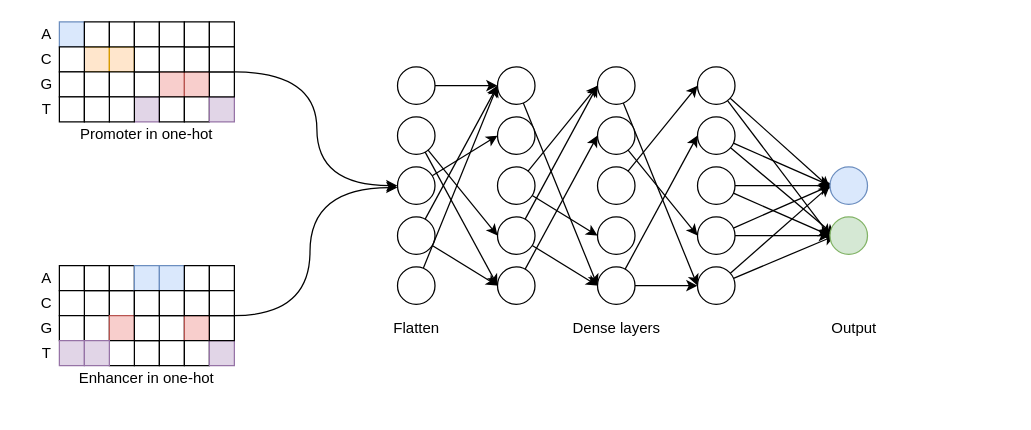
The draw.io diagram onehot_dense.drawio in NaiveTom/draw.io, before the edit. Source tidied: cells renumbered, new cells numbered last; positions are measured from the earlier drawing's top-left corner, leaving out a move shared by most shapes. Both pictures are drawn from the tidied source at 125%, with x=0, y=0 at pixel (21, 21).
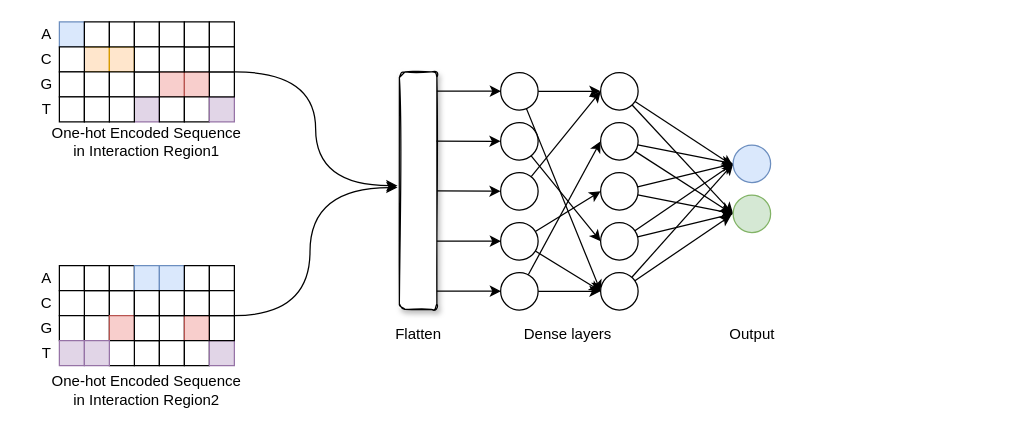
Above is the later version.

Change to the diagram source:
```diff
@@
-    <mxCell id="2" value="&lt;div&gt;Promoter in one-hot&lt;/div&gt;" style="text;html=1;strokeColor=none;fillColor=none;align=center;verticalAlign=middle;whiteSpace=wrap;rounded=0;" parent="1" vertex="1">
-      <mxGeometry x="20" y="80" width="160" height="20" as="geometry" />
-    </mxCell>
@@
-    <mxCell id="36" value="&lt;div&gt;Enhancer in one-hot&lt;/div&gt;" style="text;html=1;strokeColor=none;fillColor=none;align=center;verticalAlign=middle;whiteSpace=wrap;rounded=0;" parent="1" vertex="1">
-      <mxGeometry x="20" y="275" width="160" height="20" as="geometry" />
-    </mxCell>
@@
-    <mxCell id="70" style="edgeStyle=none;rounded=0;jettySize=auto;html=1;entryX=0;entryY=0.5;entryDx=0;entryDy=0;" parent="1" edge="1" source="71" target="83">
-      <mxGeometry relative="1" as="geometry" />
-    </mxCell>
-    <mxCell id="71" style="ellipse;whiteSpace=wrap;html=1;" parent="1" vertex="1">
-      <mxGeometry x="300.5" y="36" width="30" height="30" as="geometry" />
-    </mxCell>
-    <mxCell id="72" style="edgeStyle=none;rounded=1;jumpSize=20;jettySize=auto;html=1;entryX=0;entryY=0.5;entryDx=0;entryDy=0;strokeWidth=1;" parent="1" edge="1" source="74" target="92">
-      <mxGeometry relative="1" as="geometry" />
-    </mxCell>
-    <mxCell id="73" style="edgeStyle=none;rounded=1;jumpSize=20;jettySize=auto;html=1;entryX=0;entryY=0.5;entryDx=0;entryDy=0;strokeWidth=1;" parent="1" edge="1" source="74" target="90">
-      <mxGeometry relative="1" as="geometry" />
-    </mxCell>
-    <mxCell id="74" style="ellipse;whiteSpace=wrap;html=1;" parent="1" vertex="1">
-      <mxGeometry x="300.5" y="76" width="30" height="30" as="geometry" />
-    </mxCell>
-    <mxCell id="75" style="rounded=1;jumpSize=20;jettySize=auto;html=1;entryX=0;entryY=0.5;entryDx=0;entryDy=0;strokeWidth=1;" parent="1" edge="1" source="76" target="84">
-      <mxGeometry relative="1" as="geometry" />
-    </mxCell>
-    <mxCell id="76" style="ellipse;whiteSpace=wrap;html=1;" parent="1" vertex="1">
-      <mxGeometry x="300.5" y="116" width="30" height="30" as="geometry" />
-    </mxCell>
-    <mxCell id="77" style="rounded=1;jumpSize=20;jettySize=auto;html=1;entryX=0;entryY=0.5;entryDx=0;entryDy=0;strokeWidth=1;" parent="1" edge="1" source="79" target="83">
-      <mxGeometry relative="1" as="geometry" />
-    </mxCell>
-    <mxCell id="78" style="edgeStyle=none;rounded=1;jumpSize=20;jettySize=auto;html=1;entryX=0;entryY=0.5;entryDx=0;entryDy=0;strokeWidth=1;" parent="1" edge="1" source="79" target="92">
-      <mxGeometry relative="1" as="geometry" />
-    </mxCell>
-    <mxCell id="79" style="ellipse;whiteSpace=wrap;html=1;" parent="1" vertex="1">
-      <mxGeometry x="300.5" y="156" width="30" height="30" as="geometry" />
-    </mxCell>
-    <mxCell id="80" style="edgeStyle=none;rounded=1;jumpSize=20;jettySize=auto;html=1;entryX=0;entryY=0.5;entryDx=0;entryDy=0;strokeWidth=1;" parent="1" edge="1" source="81" target="83">
-      <mxGeometry relative="1" as="geometry" />
-    </mxCell>
-    <mxCell id="81" style="ellipse;whiteSpace=wrap;html=1;" parent="1" vertex="1">
-      <mxGeometry x="300.5" y="196" width="30" height="30" as="geometry" />
-    </mxCell>
-    <mxCell id="82" style="edgeStyle=none;rounded=1;jumpSize=20;jettySize=auto;html=1;entryX=0;entryY=0.5;entryDx=0;entryDy=0;strokeWidth=1;" parent="1" edge="1" source="83" target="104">
-      <mxGeometry relative="1" as="geometry" />
-    </mxCell>
-    <mxCell id="83" style="ellipse;whiteSpace=wrap;html=1;" parent="1" vertex="1">
-      <mxGeometry x="380.5" y="36" width="30" height="30" as="geometry" />
-    </mxCell>
-    <mxCell id="84" style="ellipse;whiteSpace=wrap;html=1;" parent="1" vertex="1">
-      <mxGeometry x="380.5" y="76" width="30" height="30" as="geometry" />
-    </mxCell>
-    <mxCell id="85" style="edgeStyle=none;rounded=1;jumpSize=20;jettySize=auto;html=1;entryX=0;entryY=0.5;entryDx=0;entryDy=0;strokeWidth=1;" parent="1" edge="1" source="87" target="101">
-      <mxGeometry relative="1" as="geometry" />
-    </mxCell>
-    <mxCell id="86" style="edgeStyle=none;rounded=1;jumpSize=20;jettySize=auto;html=1;entryX=0;entryY=0.5;entryDx=0;entryDy=0;strokeWidth=1;" parent="1" edge="1" source="87" target="96">
-      <mxGeometry relative="1" as="geometry" />
-    </mxCell>
-    <mxCell id="87" style="ellipse;whiteSpace=wrap;html=1;" parent="1" vertex="1">
-      <mxGeometry x="380.5" y="116" width="30" height="30" as="geometry" />
-    </mxCell>
-    <mxCell id="88" style="edgeStyle=none;rounded=1;jumpSize=20;jettySize=auto;html=1;entryX=0;entryY=0.5;entryDx=0;entryDy=0;strokeWidth=1;" parent="1" edge="1" source="90" target="96">
-      <mxGeometry relative="1" as="geometry" />
-    </mxCell>
-    <mxCell id="89" style="edgeStyle=none;rounded=1;jumpSize=20;jettySize=auto;html=1;entryX=0;entryY=0.5;entryDx=0;entryDy=0;strokeWidth=1;" parent="1" edge="1" source="90" target="104">
-      <mxGeometry relative="1" as="geometry" />
-    </mxCell>
-    <mxCell id="90" style="ellipse;whiteSpace=wrap;html=1;" parent="1" vertex="1">
-      <mxGeometry x="380.5" y="156" width="30" height="30" as="geometry" />
-    </mxCell>
-    <mxCell id="91" style="edgeStyle=none;rounded=1;jumpSize=20;jettySize=auto;html=1;entryX=0;entryY=0.5;entryDx=0;entryDy=0;strokeWidth=1;" parent="1" edge="1" source="92" target="98">
-      <mxGeometry relative="1" as="geometry" />
-    </mxCell>
-    <mxCell id="92" style="ellipse;whiteSpace=wrap;html=1;" parent="1" vertex="1">
-      <mxGeometry x="380.5" y="196" width="30" height="30" as="geometry" />
-    </mxCell>
+    <mxCell id="123" style="edgeStyle=orthogonalEdgeStyle;curved=1;rounded=0;orthogonalLoop=1;jettySize=auto;html=1;entryX=0;entryY=0.5;entryDx=0;entryDy=0;" parent="1" edge="1">
+      <mxGeometry relative="1" as="geometry">
+        <mxPoint x="170.5" y="40" as="sourcePoint" />
+        <mxPoint x="300.5" y="131" as="targetPoint" />
+        <Array as="points">
+          <mxPoint x="235" y="40" />
+          <mxPoint x="235" y="131" />
+        </Array>
+      </mxGeometry>
+    </mxCell>
+    <mxCell id="124" style="edgeStyle=orthogonalEdgeStyle;curved=1;rounded=0;orthogonalLoop=1;jettySize=auto;html=1;" parent="1" edge="1">
+      <mxGeometry relative="1" as="geometry">
+        <mxPoint x="169.5" y="235" as="sourcePoint" />
+        <mxPoint x="300.5" y="132.5" as="targetPoint" />
+        <Array as="points">
+          <mxPoint x="230.5" y="235.5" />
+          <mxPoint x="230.5" y="132.5" />
+        </Array>
+      </mxGeometry>
+    </mxCell>
+    <mxCell id="125" value="One-hot Encoded Sequence in Interaction Region1" style="text;html=1;strokeColor=none;fillColor=none;align=center;verticalAlign=middle;whiteSpace=wrap;rounded=0;" parent="1" vertex="1">
+      <mxGeometry x="20" y="86" width="160" height="20" as="geometry" />
+    </mxCell>
+    <mxCell id="126" value="&lt;div&gt;One-hot Encoded Sequence in Interaction Region2&lt;/div&gt;" style="text;html=1;strokeColor=none;fillColor=none;align=center;verticalAlign=middle;whiteSpace=wrap;rounded=0;" parent="1" vertex="1">
+      <mxGeometry x="20" y="285" width="160" height="20" as="geometry" />
+    </mxCell>
     <mxCell id="93" value="Dense layers" style="text;html=1;strokeColor=none;fillColor=none;align=center;verticalAlign=middle;whiteSpace=wrap;rounded=0;" parent="1" vertex="1">
-      <mxGeometry x="350.5" y="235" width="250" height="20" as="geometry" />
+      <mxGeometry x="392" y="239.5" width="90" height="20" as="geometry" />
     </mxCell>
     <mxCell id="94" value="Flatten" style="text;html=1;strokeColor=none;fillColor=none;align=center;verticalAlign=middle;whiteSpace=wrap;rounded=0;" parent="1" vertex="1">
-      <mxGeometry x="190.5" y="235" width="250" height="20" as="geometry" />
+      <mxGeometry x="306.5" y="239.5" width="21" height="20" as="geometry" />
     </mxCell>
-    <mxCell id="95" style="edgeStyle=none;rounded=1;jumpSize=20;jettySize=auto;html=1;entryX=0;entryY=0.5;entryDx=0;entryDy=0;strokeWidth=1;" parent="1" edge="1" source="96" target="119">
-      <mxGeometry relative="1" as="geometry" />
-    </mxCell>
-    <mxCell id="96" style="ellipse;whiteSpace=wrap;html=1;" parent="1" vertex="1">
-      <mxGeometry x="460.5" y="36" width="30" height="30" as="geometry" />
-    </mxCell>
-    <mxCell id="97" style="edgeStyle=none;rounded=1;jumpSize=20;jettySize=auto;html=1;entryX=0;entryY=0.5;entryDx=0;entryDy=0;strokeWidth=1;" parent="1" edge="1" source="98" target="116">
-      <mxGeometry relative="1" as="geometry" />
-    </mxCell>
-    <mxCell id="98" style="ellipse;whiteSpace=wrap;html=1;" parent="1" vertex="1">
-      <mxGeometry x="460.5" y="76" width="30" height="30" as="geometry" />
-    </mxCell>
-    <mxCell id="99" style="edgeStyle=none;rounded=1;jumpSize=20;jettySize=auto;html=1;entryX=0;entryY=0.5;entryDx=0;entryDy=0;strokeWidth=1;" parent="1" edge="1" source="100" target="107">
-      <mxGeometry relative="1" as="geometry" />
-    </mxCell>
-    <mxCell id="100" style="ellipse;whiteSpace=wrap;html=1;" parent="1" vertex="1">
-      <mxGeometry x="460.5" y="116" width="30" height="30" as="geometry" />
-    </mxCell>
-    <mxCell id="101" style="ellipse;whiteSpace=wrap;html=1;" parent="1" vertex="1">
-      <mxGeometry x="460.5" y="156" width="30" height="30" as="geometry" />
-    </mxCell>
-    <mxCell id="102" style="edgeStyle=none;rounded=1;jumpSize=20;jettySize=auto;html=1;entryX=0;entryY=0.5;entryDx=0;entryDy=0;strokeWidth=1;" parent="1" edge="1" source="104" target="110">
-      <mxGeometry relative="1" as="geometry" />
-    </mxCell>
-    <mxCell id="103" style="edgeStyle=none;rounded=1;jumpSize=20;jettySize=auto;html=1;entryX=0;entryY=0.5;entryDx=0;entryDy=0;strokeWidth=1;" parent="1" edge="1" source="104" target="119">
-      <mxGeometry relative="1" as="geometry" />
-    </mxCell>
-    <mxCell id="104" style="ellipse;whiteSpace=wrap;html=1;" parent="1" vertex="1">
-      <mxGeometry x="460.5" y="196" width="30" height="30" as="geometry" />
-    </mxCell>
-    <mxCell id="105" style="edgeStyle=none;rounded=1;jumpSize=20;jettySize=auto;html=1;entryX=0;entryY=0.5;entryDx=0;entryDy=0;strokeWidth=1;" parent="1" edge="1" source="107" target="122">
-      <mxGeometry relative="1" as="geometry" />
-    </mxCell>
-    <mxCell id="106" style="edgeStyle=none;rounded=1;jumpSize=20;jettySize=auto;html=1;strokeWidth=1;entryX=-0.001;entryY=0.557;entryDx=0;entryDy=0;entryPerimeter=0;" parent="1" edge="1" source="107" target="121">
-      <mxGeometry relative="1" as="geometry" />
-    </mxCell>
-    <mxCell id="107" style="ellipse;whiteSpace=wrap;html=1;" parent="1" vertex="1">
-      <mxGeometry x="540.5" y="36" width="30" height="30" as="geometry" />
-    </mxCell>
-    <mxCell id="108" style="edgeStyle=none;rounded=1;jumpSize=20;jettySize=auto;html=1;entryX=0;entryY=0.5;entryDx=0;entryDy=0;strokeWidth=1;" parent="1" edge="1" source="110" target="121">
-      <mxGeometry relative="1" as="geometry" />
-    </mxCell>
-    <mxCell id="109" style="edgeStyle=none;rounded=1;jumpSize=20;jettySize=auto;html=1;strokeWidth=1;" parent="1" edge="1" source="110">
-      <mxGeometry relative="1" as="geometry">
-        <mxPoint x="650.5" y="171" as="targetPoint" />
-      </mxGeometry>
-    </mxCell>
-    <mxCell id="110" style="ellipse;whiteSpace=wrap;html=1;" parent="1" vertex="1">
-      <mxGeometry x="540.5" y="76" width="30" height="30" as="geometry" />
-    </mxCell>
-    <mxCell id="111" style="edgeStyle=none;rounded=1;jumpSize=20;jettySize=auto;html=1;entryX=0;entryY=0.5;entryDx=0;entryDy=0;strokeWidth=1;" parent="1" edge="1" source="113" target="122">
-      <mxGeometry relative="1" as="geometry" />
-    </mxCell>
-    <mxCell id="112" style="edgeStyle=none;rounded=1;jumpSize=20;jettySize=auto;html=1;strokeWidth=1;" parent="1" edge="1" source="113">
-      <mxGeometry relative="1" as="geometry">
-        <mxPoint x="650.5" y="131" as="targetPoint" />
-      </mxGeometry>
-    </mxCell>
-    <mxCell id="113" style="ellipse;whiteSpace=wrap;html=1;" parent="1" vertex="1">
-      <mxGeometry x="540.5" y="116" width="30" height="30" as="geometry" />
-    </mxCell>
-    <mxCell id="114" style="edgeStyle=none;rounded=1;jumpSize=20;jettySize=auto;html=1;entryX=0;entryY=0.5;entryDx=0;entryDy=0;strokeWidth=1;" parent="1" edge="1" source="116" target="121">
-      <mxGeometry relative="1" as="geometry" />
-    </mxCell>
-    <mxCell id="115" style="edgeStyle=none;rounded=1;jumpSize=20;jettySize=auto;html=1;strokeWidth=1;entryX=0;entryY=0.5;entryDx=0;entryDy=0;" parent="1" edge="1" source="116" target="122">
-      <mxGeometry relative="1" as="geometry" />
-    </mxCell>
-    <mxCell id="116" style="ellipse;whiteSpace=wrap;html=1;" parent="1" vertex="1">
-      <mxGeometry x="540.5" y="156" width="30" height="30" as="geometry" />
-    </mxCell>
-    <mxCell id="117" style="edgeStyle=none;rounded=1;jumpSize=20;jettySize=auto;html=1;strokeWidth=1;" parent="1" edge="1" source="119">
-      <mxGeometry relative="1" as="geometry">
-        <mxPoint x="650.5" y="171" as="targetPoint" />
-      </mxGeometry>
-    </mxCell>
-    <mxCell id="118" style="edgeStyle=none;rounded=1;jumpSize=20;jettySize=auto;html=1;strokeWidth=1;entryX=0;entryY=0.5;entryDx=0;entryDy=0;" parent="1" edge="1" source="119" target="121">
-      <mxGeometry relative="1" as="geometry" />
-    </mxCell>
-    <mxCell id="119" style="ellipse;whiteSpace=wrap;html=1;" parent="1" vertex="1">
-      <mxGeometry x="540.5" y="196" width="30" height="30" as="geometry" />
-    </mxCell>
+    <mxCell id="127" style="edgeStyle=none;rounded=1;jumpSize=20;jettySize=auto;html=1;entryX=0;entryY=0.5;entryDx=0;entryDy=0;strokeWidth=1;" parent="1" edge="1" source="129" target="154">
+      <mxGeometry relative="1" as="geometry" />
+    </mxCell>
+    <mxCell id="128" style="edgeStyle=none;rounded=0;jettySize=auto;html=1;entryX=0;entryY=0.5;entryDx=0;entryDy=0;" parent="1" edge="1" source="129" target="142">
+      <mxGeometry relative="1" as="geometry" />
+    </mxCell>
+    <mxCell id="129" style="ellipse;whiteSpace=wrap;html=1;" parent="1" vertex="1">
+      <mxGeometry x="383" y="40.5" width="30" height="30" as="geometry" />
+    </mxCell>
+    <mxCell id="130" style="edgeStyle=none;rounded=1;jumpSize=20;jettySize=auto;html=1;entryX=0;entryY=0.5;entryDx=0;entryDy=0;strokeWidth=1;" parent="1" edge="1" source="131" target="151">
+      <mxGeometry relative="1" as="geometry" />
+    </mxCell>
+    <mxCell id="131" style="ellipse;whiteSpace=wrap;html=1;" parent="1" vertex="1">
+      <mxGeometry x="383" y="80.5" width="30" height="30" as="geometry" />
+    </mxCell>
+    <mxCell id="132" style="edgeStyle=none;rounded=1;jumpSize=20;jettySize=auto;html=1;entryX=0;entryY=0.5;entryDx=0;entryDy=0;strokeWidth=1;" parent="1" edge="1" source="133" target="142">
+      <mxGeometry relative="1" as="geometry" />
+    </mxCell>
+    <mxCell id="133" style="ellipse;whiteSpace=wrap;html=1;" parent="1" vertex="1">
+      <mxGeometry x="383" y="120.5" width="30" height="30" as="geometry" />
+    </mxCell>
+    <mxCell id="134" style="edgeStyle=none;rounded=0;jettySize=auto;html=1;entryX=0;entryY=0.5;entryDx=0;entryDy=0;" parent="1" edge="1" source="136" target="148">
+      <mxGeometry relative="1" as="geometry" />
+    </mxCell>
+    <mxCell id="135" style="edgeStyle=none;rounded=0;jettySize=auto;html=1;entryX=0;entryY=0.5;entryDx=0;entryDy=0;" parent="1" edge="1" source="136" target="154">
+      <mxGeometry relative="1" as="geometry" />
+    </mxCell>
+    <mxCell id="136" style="ellipse;whiteSpace=wrap;html=1;" parent="1" vertex="1">
+      <mxGeometry x="383" y="160.5" width="30" height="30" as="geometry" />
+    </mxCell>
+    <mxCell id="137" style="edgeStyle=none;rounded=1;jumpSize=20;jettySize=auto;html=1;entryX=0;entryY=0.5;entryDx=0;entryDy=0;strokeWidth=1;" parent="1" edge="1" source="139" target="145">
+      <mxGeometry relative="1" as="geometry" />
+    </mxCell>
+    <mxCell id="138" style="edgeStyle=none;rounded=1;jumpSize=20;jettySize=auto;html=1;entryX=0;entryY=0.5;entryDx=0;entryDy=0;strokeWidth=1;" parent="1" edge="1" source="139" target="154">
+      <mxGeometry relative="1" as="geometry" />
+    </mxCell>
+    <mxCell id="139" style="ellipse;whiteSpace=wrap;html=1;" parent="1" vertex="1">
+      <mxGeometry x="383" y="200.5" width="30" height="30" as="geometry" />
+    </mxCell>
+    <mxCell id="140" style="edgeStyle=none;rounded=1;jumpSize=20;jettySize=auto;html=1;entryX=0;entryY=0.5;entryDx=0;entryDy=0;strokeWidth=1;" parent="1" edge="1" source="142" target="156">
+      <mxGeometry relative="1" as="geometry" />
+    </mxCell>
+    <mxCell id="141" style="edgeStyle=none;rounded=1;jumpSize=20;jettySize=auto;html=1;strokeWidth=1;entryX=-0.001;entryY=0.557;entryDx=0;entryDy=0;entryPerimeter=0;" parent="1" edge="1" source="142" target="155">
+      <mxGeometry relative="1" as="geometry" />
+    </mxCell>
+    <mxCell id="142" style="ellipse;whiteSpace=wrap;html=1;" parent="1" vertex="1">
+      <mxGeometry x="463" y="40.5" width="30" height="30" as="geometry" />
+    </mxCell>
+    <mxCell id="143" style="edgeStyle=none;rounded=1;jumpSize=20;jettySize=auto;html=1;entryX=0;entryY=0.5;entryDx=0;entryDy=0;strokeWidth=1;" parent="1" edge="1" source="145" target="155">
+      <mxGeometry relative="1" as="geometry" />
+    </mxCell>
+    <mxCell id="144" style="edgeStyle=none;rounded=1;jumpSize=20;jettySize=auto;html=1;strokeWidth=1;entryX=-0.057;entryY=0.483;entryDx=0;entryDy=0;entryPerimeter=0;" parent="1" edge="1" source="145" target="156">
+      <mxGeometry relative="1" as="geometry" />
+    </mxCell>
+    <mxCell id="145" style="ellipse;whiteSpace=wrap;html=1;" parent="1" vertex="1">
+      <mxGeometry x="463" y="80.5" width="30" height="30" as="geometry" />
+    </mxCell>
+    <mxCell id="146" style="edgeStyle=none;rounded=1;jumpSize=20;jettySize=auto;html=1;entryX=0;entryY=0.5;entryDx=0;entryDy=0;strokeWidth=1;" parent="1" edge="1" source="148" target="156">
+      <mxGeometry relative="1" as="geometry" />
+    </mxCell>
+    <mxCell id="147" style="edgeStyle=none;rounded=1;jumpSize=20;jettySize=auto;html=1;strokeWidth=1;entryX=0;entryY=0.5;entryDx=0;entryDy=0;" parent="1" edge="1" source="148" target="155">
+      <mxGeometry relative="1" as="geometry" />
+    </mxCell>
+    <mxCell id="148" style="ellipse;whiteSpace=wrap;html=1;" parent="1" vertex="1">
+      <mxGeometry x="463" y="120.5" width="30" height="30" as="geometry" />
+    </mxCell>
+    <mxCell id="149" style="edgeStyle=none;rounded=1;jumpSize=20;jettySize=auto;html=1;entryX=0;entryY=0.5;entryDx=0;entryDy=0;strokeWidth=1;" parent="1" edge="1" source="151" target="155">
+      <mxGeometry relative="1" as="geometry" />
+    </mxCell>
+    <mxCell id="150" style="edgeStyle=none;rounded=1;jumpSize=20;jettySize=auto;html=1;strokeWidth=1;entryX=0;entryY=0.5;entryDx=0;entryDy=0;" parent="1" edge="1" source="151" target="156">
+      <mxGeometry relative="1" as="geometry" />
+    </mxCell>
+    <mxCell id="151" style="ellipse;whiteSpace=wrap;html=1;" parent="1" vertex="1">
+      <mxGeometry x="463" y="160.5" width="30" height="30" as="geometry" />
+    </mxCell>
+    <mxCell id="152" style="edgeStyle=none;rounded=1;jumpSize=20;jettySize=auto;html=1;strokeWidth=1;entryX=-0.05;entryY=0.538;entryDx=0;entryDy=0;entryPerimeter=0;" parent="1" edge="1" source="154" target="156">
+      <mxGeometry relative="1" as="geometry" />
+    </mxCell>
+    <mxCell id="153" style="edgeStyle=none;rounded=1;jumpSize=20;jettySize=auto;html=1;strokeWidth=1;entryX=0;entryY=0.5;entryDx=0;entryDy=0;" parent="1" edge="1" source="154" target="155">
+      <mxGeometry relative="1" as="geometry" />
+    </mxCell>
+    <mxCell id="154" style="ellipse;whiteSpace=wrap;html=1;" parent="1" vertex="1">
+      <mxGeometry x="463" y="200.5" width="30" height="30" as="geometry" />
+    </mxCell>
     <mxCell id="120" value="&lt;div&gt;Output&lt;/div&gt;" style="text;html=1;strokeColor=none;fillColor=none;align=center;verticalAlign=middle;whiteSpace=wrap;rounded=0;" parent="1" vertex="1">
-      <mxGeometry x="540.5" y="235" width="250" height="20" as="geometry" />
+      <mxGeometry x="572.8" y="239.5" width="22.5" height="20" as="geometry" />
     </mxCell>
-    <mxCell id="121" style="ellipse;whiteSpace=wrap;html=1;fillColor=#dae8fc;strokeColor=#6c8ebf;" parent="1" vertex="1">
-      <mxGeometry x="646.5" y="116" width="30" height="30" as="geometry" />
-    </mxCell>
-    <mxCell id="122" style="ellipse;whiteSpace=wrap;html=1;fillColor=#d5e8d4;strokeColor=#82b366;" parent="1" vertex="1">
-      <mxGeometry x="646.5" y="156" width="30" height="30" as="geometry" />
-    </mxCell>
-    <mxCell id="123" style="edgeStyle=orthogonalEdgeStyle;curved=1;rounded=0;jettySize=auto;html=1;entryX=0;entryY=0.5;entryDx=0;entryDy=0;" parent="1" edge="1" target="76">
-      <mxGeometry relative="1" as="geometry">
-        <mxPoint x="170.5" y="40" as="sourcePoint" />
-      </mxGeometry>
-    </mxCell>
-    <mxCell id="124" style="edgeStyle=orthogonalEdgeStyle;curved=1;rounded=0;orthogonalLoop=1;jettySize=auto;html=1;" parent="1" edge="1">
-      <mxGeometry relative="1" as="geometry">
-        <mxPoint x="169.5" y="235" as="sourcePoint" />
-        <mxPoint x="300.5" y="132.5" as="targetPoint" />
-        <Array as="points">
-          <mxPoint x="230.5" y="235.5" />
-          <mxPoint x="230.5" y="132.5" />
-        </Array>
-      </mxGeometry>
-    </mxCell>
+    <mxCell id="155" style="ellipse;whiteSpace=wrap;html=1;fillColor=#dae8fc;strokeColor=#6c8ebf;" parent="1" vertex="1">
+      <mxGeometry x="569" y="98.5" width="30" height="30" as="geometry" />
+    </mxCell>
+    <mxCell id="156" style="ellipse;whiteSpace=wrap;html=1;fillColor=#d5e8d4;strokeColor=#82b366;" parent="1" vertex="1">
+      <mxGeometry x="569" y="138.5" width="30" height="30" as="geometry" />
+    </mxCell>
+    <mxCell id="157" style="rounded=0;jettySize=auto;html=1;entryX=0;entryY=0.5;entryDx=0;entryDy=0;" parent="1" edge="1" source="158">
+      <mxGeometry relative="1" as="geometry">
+        <mxPoint x="383" y="135.5" as="targetPoint" />
+      </mxGeometry>
+    </mxCell>
+    <mxCell id="158" style="rounded=1;whiteSpace=wrap;html=1;shadow=1;glass=0;sketch=1;" parent="1" vertex="1">
+      <mxGeometry x="302" y="40" width="30" height="190" as="geometry" />
+    </mxCell>
+    <mxCell id="159" style="endArrow=classic;html=1;entryX=0;entryY=0.5;entryDx=0;entryDy=0;exitX=0.989;exitY=0.292;exitDx=0;exitDy=0;exitPerimeter=0;" parent="1" edge="1" source="158">
+      <mxGeometry relative="1" as="geometry">
+        <mxPoint x="383" y="95.5" as="targetPoint" />
+      </mxGeometry>
+    </mxCell>
+    <mxCell id="160" style="endArrow=classic;html=1;entryX=0;entryY=0.5;entryDx=0;entryDy=0;exitX=0.989;exitY=0.292;exitDx=0;exitDy=0;exitPerimeter=0;" parent="1" edge="1">
+      <mxGeometry relative="1" as="geometry">
+        <mxPoint x="332" y="55.4" as="sourcePoint" />
+        <mxPoint x="383.3" y="55.4" as="targetPoint" />
+      </mxGeometry>
+    </mxCell>
+    <mxCell id="161" style="endArrow=classic;html=1;entryX=0;entryY=0.5;entryDx=0;entryDy=0;exitX=0.989;exitY=0.292;exitDx=0;exitDy=0;exitPerimeter=0;" parent="1" edge="1">
+      <mxGeometry relative="1" as="geometry">
+        <mxPoint x="332" y="175.4" as="sourcePoint" />
+        <mxPoint x="383.3" y="175.4" as="targetPoint" />
+      </mxGeometry>
+    </mxCell>
+    <mxCell id="162" style="endArrow=classic;html=1;entryX=0;entryY=0.5;entryDx=0;entryDy=0;exitX=0.989;exitY=0.292;exitDx=0;exitDy=0;exitPerimeter=0;" parent="1" edge="1">
+      <mxGeometry relative="1" as="geometry">
+        <mxPoint x="332" y="215.4" as="sourcePoint" />
+        <mxPoint x="383.3" y="215.4" as="targetPoint" />
+      </mxGeometry>
+    </mxCell>
```
